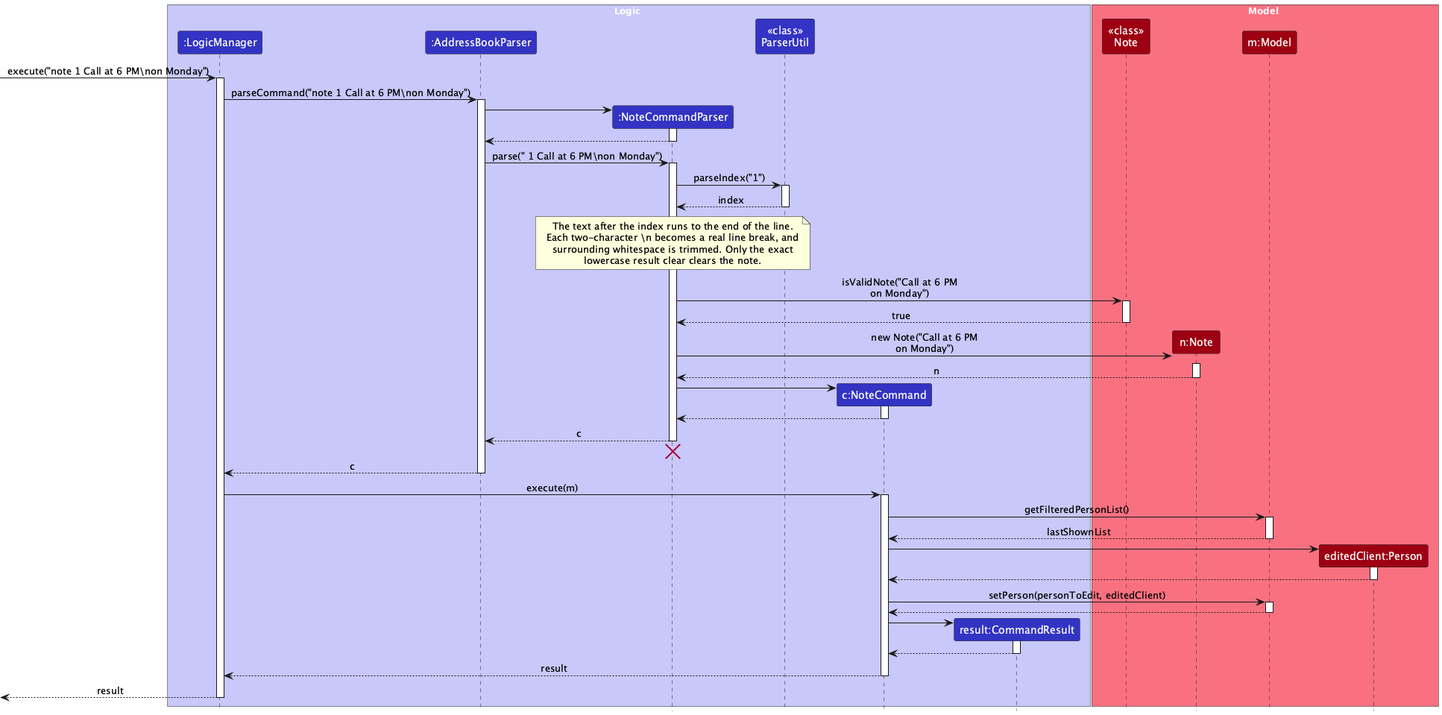
Before: docs/images/NoteSequenceDiagram.png, a diagram exported from PlantUML (AY2627S1-CS2103T-W09-3/tp).
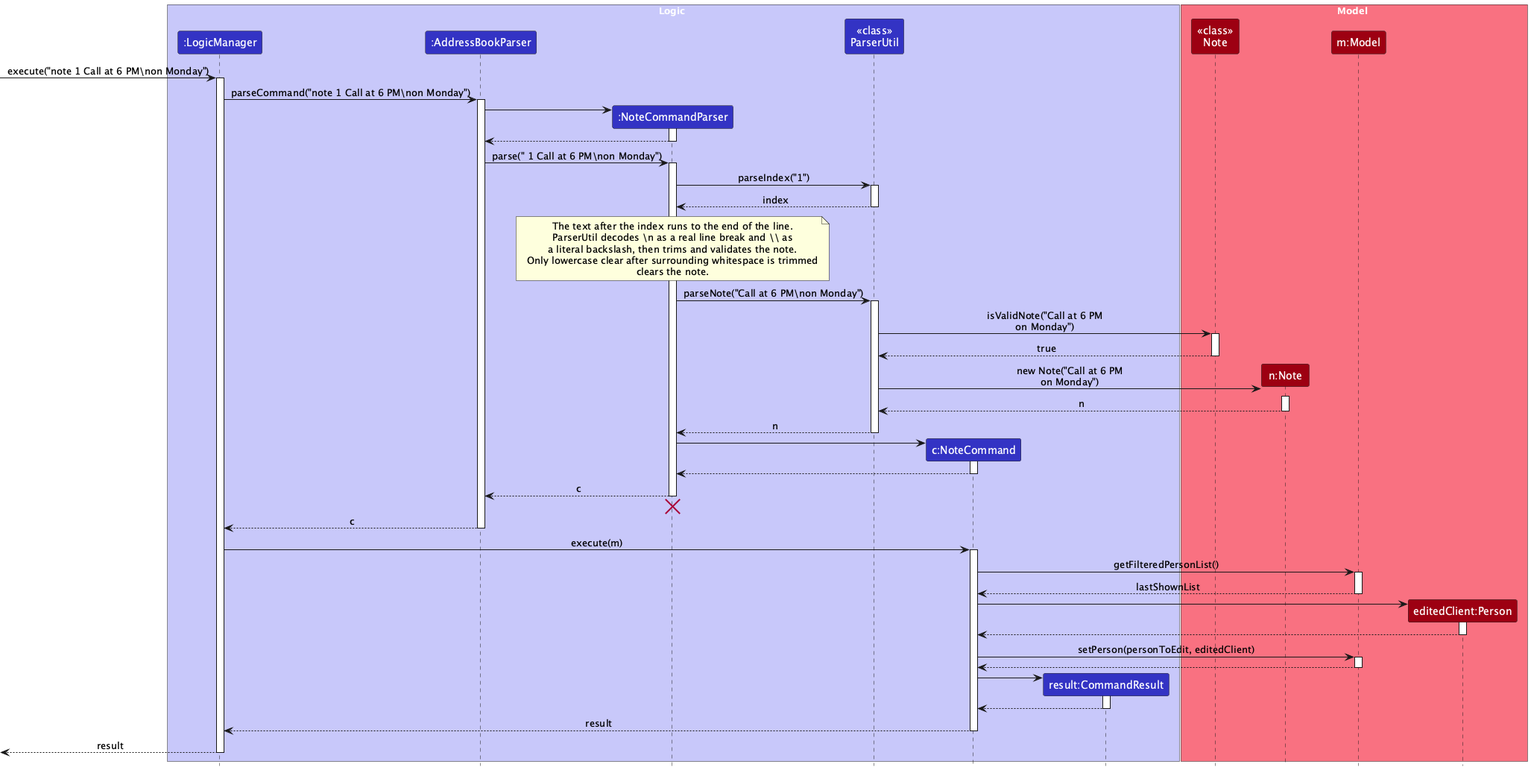
After the commit.

Commit message:
Update note sequence diagram

Change to the diagram source:
```diff
@@ -42,22 +42,29 @@
 
 note over NoteCommandParser
 The text after the index runs to the end of the line.
-Each two-character \n becomes a real line break, and
-surrounding whitespace is trimmed. Only the exact
-lowercase result clear clears the note.
+ParserUtil decodes \n as a real line break and \\ as
+a literal backslash, then trims and validates the note.
+Only lowercase clear after surrounding whitespace is trimmed
+clears the note.
 end note
 
-NoteCommandParser -> Note : isValidNote("Call at 6 PM\non Monday")
+NoteCommandParser -> ParserUtil : parseNote("Call at 6 PM\\non Monday")
+activate ParserUtil
+
+ParserUtil -> Note : isValidNote("Call at 6 PM\non Monday")
 activate Note
 
-Note --> NoteCommandParser : true
+Note --> ParserUtil : true
 deactivate Note
 
-NoteCommandParser -> NoteInstance ** : new Note("Call at 6 PM\non Monday")
+ParserUtil -> NoteInstance ** : new Note("Call at 6 PM\non Monday")
 activate NoteInstance
 
-NoteInstance --> NoteCommandParser : n
+NoteInstance --> ParserUtil : n
 deactivate NoteInstance
+
+ParserUtil --> NoteCommandParser : n
+deactivate ParserUtil
 
 create NoteCommand
 NoteCommandParser -> NoteCommand
```
